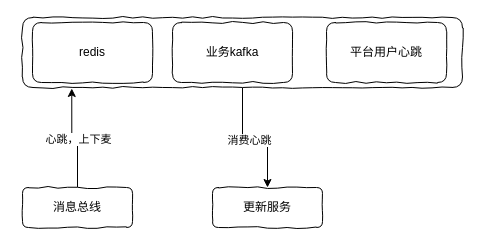
xingdong015/drawio keeps this draw.io diagram as Untitled Diagram.drawio. Above is the earlier version. Source tidied: cells renumbered, new cells numbered last; positions are measured from the earlier drawing's top-left corner, leaving out a move shared by most shapes. Both pictures are drawn from the tidied source at 100%, with x=0, y=0 at pixel (22, 17).
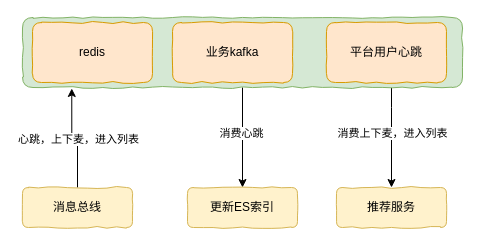
Above is the later version.

Diff of the diagram source:
```diff
@@
 <mxGraphModel>
   <root>
     <mxCell id="0" />
     <mxCell id="1" parent="0" />
     <mxCell id="2" style="edgeStyle=orthogonalEdgeStyle;rounded=0;jettySize=auto;html=1;entryX=0.112;entryY=1.014;entryDx=0;entryDy=0;entryPerimeter=0;" parent="1" edge="1" source="4" target="7">
       <mxGeometry relative="1" as="geometry" />
     </mxCell>
-    <mxCell id="3" value="心跳，上下麦" style="edgeLabel;html=1;align=center;verticalAlign=middle;" parent="2" vertex="1">
+    <mxCell id="3" value="心跳，上下麦，进入列表" style="edgeLabel;html=1;align=center;verticalAlign=middle;" parent="2" vertex="1">
       <mxGeometry x="-0.05" y="1" relative="1" as="geometry" />
     </mxCell>
-    <mxCell id="4" value="消息总线" style="rounded=1;whiteSpace=wrap;html=1;comic=1;sketch=0;gradientColor=#ffffff;" parent="1" vertex="1">
+    <mxCell id="4" value="消息总线" style="rounded=1;whiteSpace=wrap;html=1;comic=1;sketch=0;fillColor=#fff2cc;strokeColor=#d6b656;" parent="1" vertex="1">
       <mxGeometry y="170" width="110" height="40" as="geometry" />
     </mxCell>
     <mxCell id="5" style="edgeStyle=orthogonalEdgeStyle;rounded=0;jettySize=auto;html=1;entryX=0.5;entryY=0;entryDx=0;entryDy=0;" parent="1" edge="1" source="7" target="8">
       <mxGeometry relative="1" as="geometry" />
     </mxCell>
     <mxCell id="6" value="消费心跳" style="edgeLabel;html=1;align=center;verticalAlign=middle;" parent="5" vertex="1">
       <mxGeometry x="-0.1" y="-2" relative="1" as="geometry" />
     </mxCell>
+    <mxCell id="12" style="edgeStyle=orthogonalEdgeStyle;rounded=0;jettySize=auto;html=1;entryX=0.5;entryY=0;entryDx=0;entryDy=0;" parent="1" edge="1" source="7" target="14">
+      <mxGeometry relative="1" as="geometry">
+        <Array as="points">
+          <mxPoint x="369" y="90" />
+          <mxPoint x="369" y="90" />
+        </Array>
+      </mxGeometry>
+    </mxCell>
+    <mxCell id="13" value="消费上下麦，进入列表" style="edgeLabel;html=1;align=center;verticalAlign=middle;" parent="12" vertex="1">
+      <mxGeometry x="-0.1" relative="1" as="geometry" />
+    </mxCell>
-    <mxCell id="7" style="rounded=1;whiteSpace=wrap;html=1;comic=1;sketch=0;gradientColor=#ffffff;" parent="1" vertex="1">
+    <mxCell id="7" style="rounded=1;whiteSpace=wrap;html=1;comic=1;sketch=0;fillColor=#d5e8d4;strokeColor=#82b366;" parent="1" vertex="1">
       <mxGeometry width="440" height="70" as="geometry" />
     </mxCell>
-    <mxCell id="8" value="更新服务" style="rounded=1;whiteSpace=wrap;html=1;comic=1;sketch=0;gradientColor=#ffffff;" parent="1" vertex="1">
-      <mxGeometry x="190" y="170" width="110" height="40" as="geometry" />
+    <mxCell id="8" value="更新ES索引" style="rounded=1;whiteSpace=wrap;html=1;comic=1;sketch=0;fillColor=#fff2cc;strokeColor=#d6b656;" parent="1" vertex="1">
+      <mxGeometry x="165" y="170" width="110" height="40" as="geometry" />
     </mxCell>
-    <mxCell id="9" value="redis" style="rounded=1;whiteSpace=wrap;html=1;comic=1;sketch=0;gradientColor=#ffffff;" parent="1" vertex="1">
+    <mxCell id="9" value="redis" style="rounded=1;whiteSpace=wrap;html=1;comic=1;sketch=0;fillColor=#ffe6cc;strokeColor=#d79b00;" parent="1" vertex="1">
       <mxGeometry x="10" y="5" width="120" height="60" as="geometry" />
     </mxCell>
-    <mxCell id="10" value="业务kafka" style="rounded=1;whiteSpace=wrap;html=1;comic=1;sketch=0;gradientColor=#ffffff;" parent="1" vertex="1">
+    <mxCell id="10" value="业务kafka" style="rounded=1;whiteSpace=wrap;html=1;comic=1;sketch=0;fillColor=#ffe6cc;strokeColor=#d79b00;" parent="1" vertex="1">
       <mxGeometry x="150" y="5" width="120" height="60" as="geometry" />
     </mxCell>
-    <mxCell id="11" value="平台用户心跳" style="rounded=1;whiteSpace=wrap;html=1;comic=1;sketch=0;gradientColor=#ffffff;" parent="1" vertex="1">
+    <mxCell id="11" value="平台用户心跳" style="rounded=1;whiteSpace=wrap;html=1;comic=1;sketch=0;fillColor=#ffe6cc;strokeColor=#d79b00;" parent="1" vertex="1">
       <mxGeometry x="304" y="5" width="120" height="60" as="geometry" />
     </mxCell>
+    <mxCell id="14" value="推荐服务" style="rounded=1;whiteSpace=wrap;html=1;comic=1;sketch=0;fillColor=#fff2cc;strokeColor=#d6b656;" parent="1" vertex="1">
+      <mxGeometry x="314" y="170" width="110" height="40" as="geometry" />
+    </mxCell>
   </root>
 </mxGraphModel>
```
